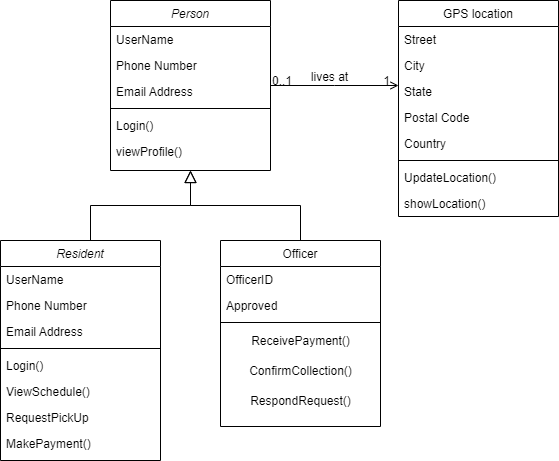
The draw.io diagram Untitled Diagram.drawio.png in 2003gichohiwaweru/softwaredevlab, before a commit. Source tidied: cells renumbered, new cells last; positions are measured from the earlier drawing's top-left corner, leaving out a move shared by most shapes.
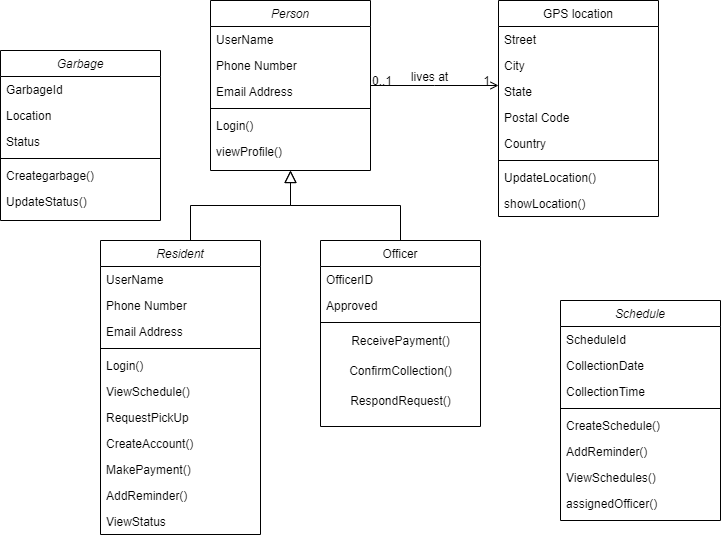
After the commit.

The edit, as a diff of the source:
```diff
@@ -100,7 +100,7 @@
       </mxGeometry>
     </mxCell>
     <mxCell id="31" value="Resident" style="swimlane;fontStyle=2;align=center;verticalAlign=top;horizontal=1;startSize=26;rounded=0;shadow=0;strokeWidth=1;" parent="1" vertex="1">
-      <mxGeometry y="240" width="160" height="220" as="geometry" />
+      <mxGeometry y="240" width="160" height="294" as="geometry" />
     </mxCell>
     <mxCell id="32" value="UserName" style="text;align=left;verticalAlign=top;spacingLeft=4;spacingRight=4;overflow=hidden;" parent="31" vertex="1">
       <mxGeometry y="26" width="160" height="26" as="geometry" />
@@ -123,8 +123,65 @@
     <mxCell id="38" value="RequestPickUp" style="text;align=left;verticalAlign=top;spacingLeft=4;spacingRight=4;overflow=hidden;" parent="31" vertex="1">
       <mxGeometry y="164" width="160" height="26" as="geometry" />
     </mxCell>
-    <mxCell id="39" value="MakePayment()" style="text;align=left;verticalAlign=top;spacingLeft=4;spacingRight=4;overflow=hidden;" parent="31" vertex="1">
+    <mxCell id="39" value="CreateAccount()" style="text;align=left;verticalAlign=top;spacingLeft=4;spacingRight=4;overflow=hidden;" parent="31" vertex="1">
       <mxGeometry y="190" width="160" height="26" as="geometry" />
     </mxCell>
+    <mxCell id="40" value="MakePayment()" style="text;align=left;verticalAlign=top;spacingLeft=4;spacingRight=4;overflow=hidden;" parent="31" vertex="1">
+      <mxGeometry y="216" width="160" height="26" as="geometry" />
+    </mxCell>
+    <mxCell id="41" value="AddReminder()" style="text;align=left;verticalAlign=top;spacingLeft=4;spacingRight=4;overflow=hidden;" parent="31" vertex="1">
+      <mxGeometry y="242" width="160" height="26" as="geometry" />
+    </mxCell>
+    <mxCell id="42" value="ViewStatus" style="text;align=left;verticalAlign=top;spacingLeft=4;spacingRight=4;overflow=hidden;" parent="31" vertex="1">
+      <mxGeometry y="268" width="160" height="26" as="geometry" />
+    </mxCell>
+    <mxCell id="43" value="Schedule" style="swimlane;fontStyle=2;align=center;verticalAlign=top;horizontal=1;startSize=26;rounded=0;shadow=0;strokeWidth=1;" parent="1" vertex="1">
+      <mxGeometry x="460" y="300" width="160" height="220" as="geometry" />
+    </mxCell>
+    <mxCell id="44" value="ScheduleId" style="text;align=left;verticalAlign=top;spacingLeft=4;spacingRight=4;overflow=hidden;" parent="43" vertex="1">
+      <mxGeometry y="26" width="160" height="26" as="geometry" />
+    </mxCell>
+    <mxCell id="45" value="CollectionDate" style="text;align=left;verticalAlign=top;spacingLeft=4;spacingRight=4;overflow=hidden;rounded=0;shadow=0;html=0;" parent="43" vertex="1">
+      <mxGeometry y="52" width="160" height="26" as="geometry" />
+    </mxCell>
+    <mxCell id="46" value="CollectionTime" style="text;align=left;verticalAlign=top;spacingLeft=4;spacingRight=4;overflow=hidden;rounded=0;shadow=0;html=0;" parent="43" vertex="1">
+      <mxGeometry y="78" width="160" height="26" as="geometry" />
+    </mxCell>
+    <mxCell id="47" style="line;html=1;strokeWidth=1;align=left;verticalAlign=middle;spacingTop=-1;spacingLeft=3;spacingRight=3;labelPosition=right;" parent="43" vertex="1">
+      <mxGeometry y="104" width="160" height="8" as="geometry" />
+    </mxCell>
+    <mxCell id="48" value="CreateSchedule()" style="text;align=left;verticalAlign=top;spacingLeft=4;spacingRight=4;overflow=hidden;" parent="43" vertex="1">
+      <mxGeometry y="112" width="160" height="26" as="geometry" />
+    </mxCell>
+    <mxCell id="49" value="AddReminder()" style="text;align=left;verticalAlign=top;spacingLeft=4;spacingRight=4;overflow=hidden;" parent="43" vertex="1">
+      <mxGeometry y="138" width="160" height="26" as="geometry" />
+    </mxCell>
+    <mxCell id="50" value="ViewSchedules()" style="text;align=left;verticalAlign=top;spacingLeft=4;spacingRight=4;overflow=hidden;" parent="43" vertex="1">
+      <mxGeometry y="164" width="160" height="26" as="geometry" />
+    </mxCell>
+    <mxCell id="51" value="assignedOfficer()" style="text;align=left;verticalAlign=top;spacingLeft=4;spacingRight=4;overflow=hidden;" parent="43" vertex="1">
+      <mxGeometry y="190" width="160" height="26" as="geometry" />
+    </mxCell>
+    <mxCell id="52" value="Garbage" style="swimlane;fontStyle=2;align=center;verticalAlign=top;horizontal=1;startSize=26;rounded=0;shadow=0;strokeWidth=1;" parent="1" vertex="1">
+      <mxGeometry x="-100" y="50" width="160" height="170" as="geometry" />
+    </mxCell>
+    <mxCell id="53" value="GarbageId" style="text;align=left;verticalAlign=top;spacingLeft=4;spacingRight=4;overflow=hidden;" parent="52" vertex="1">
+      <mxGeometry y="26" width="160" height="26" as="geometry" />
+    </mxCell>
+    <mxCell id="54" value="Location" style="text;align=left;verticalAlign=top;spacingLeft=4;spacingRight=4;overflow=hidden;rounded=0;shadow=0;html=0;" parent="52" vertex="1">
+      <mxGeometry y="52" width="160" height="26" as="geometry" />
+    </mxCell>
+    <mxCell id="55" value="Status" style="text;align=left;verticalAlign=top;spacingLeft=4;spacingRight=4;overflow=hidden;rounded=0;shadow=0;html=0;" parent="52" vertex="1">
+      <mxGeometry y="78" width="160" height="26" as="geometry" />
+    </mxCell>
+    <mxCell id="56" style="line;html=1;strokeWidth=1;align=left;verticalAlign=middle;spacingTop=-1;spacingLeft=3;spacingRight=3;labelPosition=right;" parent="52" vertex="1">
+      <mxGeometry y="104" width="160" height="8" as="geometry" />
+    </mxCell>
+    <mxCell id="57" value="Creategarbage()" style="text;align=left;verticalAlign=top;spacingLeft=4;spacingRight=4;overflow=hidden;" parent="52" vertex="1">
+      <mxGeometry y="112" width="160" height="26" as="geometry" />
+    </mxCell>
+    <mxCell id="58" value="UpdateStatus()" style="text;align=left;verticalAlign=top;spacingLeft=4;spacingRight=4;overflow=hidden;" parent="52" vertex="1">
+      <mxGeometry y="138" width="160" height="26" as="geometry" />
+    </mxCell>
   </root>
 </mxGraphModel>
```
